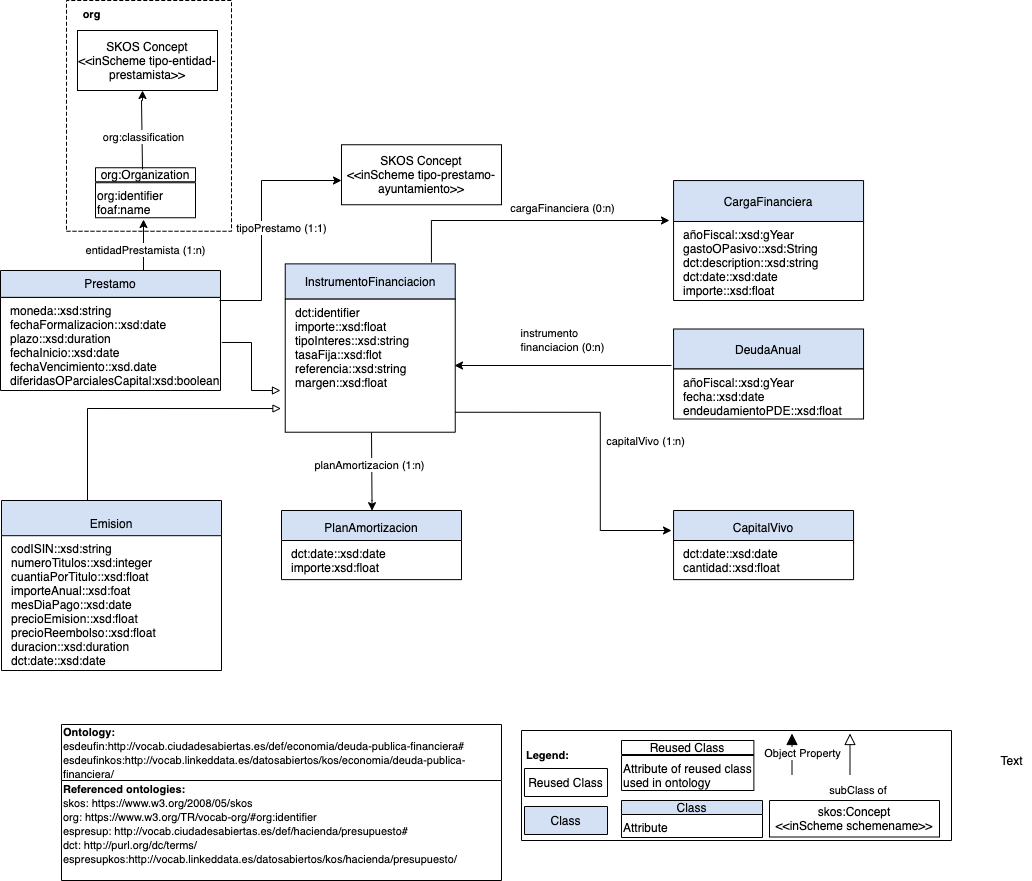
Earlier version of the draw.io export OnToology/ontology/deudaPublicaFinanciera.owl/documentation/resources/images/modeloConceptual.png (leticiarubalcabadg/vocab-economia-deuda-financiera). Source tidied: cells renumbered, new cells last; positions are measured from the earlier drawing's top-left corner, leaving out a move shared by most shapes.
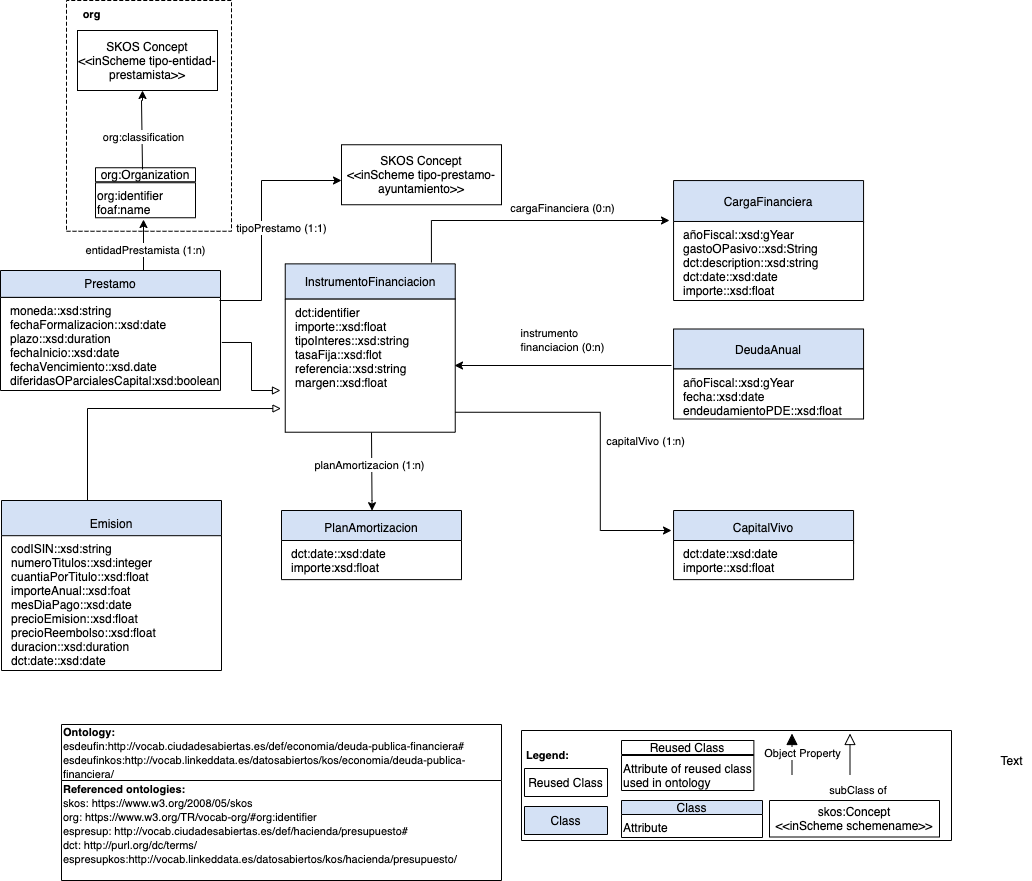
The same file after the commit.

The edit, as a diff of the source:
```diff
@@ -209,7 +209,7 @@
     <mxCell id="51" value="&lt;font style=&quot;font-size: 12px ; color: rgb(0 , 0 , 0) ; direction: ltr ; letter-spacing: 0px ; line-height: 120% ; opacity: 1&quot;&gt;CapitalVivo&lt;br&gt;&lt;/font&gt;" style="verticalAlign=middle;align=center;vsdxID=334;fillColor=#D4E1F5;gradientColor=none;shape=(stored shape, 160 characters);labelBackgroundColor=none;rounded=0;html=1;whiteSpace=wrap;" parent="50" vertex="1">
       <mxGeometry width="180" height="33.1" as="geometry" />
     </mxCell>
-    <mxCell id="52" value="&lt;p style=&quot;margin: 0px 0px 0px 8px&quot;&gt;dct:date::xsd:date&lt;/p&gt;&lt;p style=&quot;margin: 0px 0px 0px 8px&quot;&gt;cantidad::xsd:float&lt;/p&gt;&lt;p style=&quot;margin: 0px 0px 0px 8px&quot;&gt;&lt;br&gt;&lt;/p&gt;&lt;p style=&quot;margin: 0px 0px 0px 8px&quot;&gt;&lt;br&gt;&lt;/p&gt;&lt;p style=&quot;margin: 0px 0px 0px 8px&quot;&gt;&lt;br&gt;&lt;/p&gt;" style="verticalAlign=top;align=left;vsdxID=335;fillColor=#FFFFFF;gradientColor=none;shape=(stored shape, 160 characters);labelBackgroundColor=none;rounded=0;html=1;whiteSpace=wrap;" parent="50" vertex="1">
+    <mxCell id="52" value="&lt;p style=&quot;margin: 0px 0px 0px 8px&quot;&gt;dct:date::xsd:date&lt;/p&gt;&lt;p style=&quot;margin: 0px 0px 0px 8px&quot;&gt;importe::xsd:float&lt;/p&gt;&lt;p style=&quot;margin: 0px 0px 0px 8px&quot;&gt;&lt;br&gt;&lt;/p&gt;&lt;p style=&quot;margin: 0px 0px 0px 8px&quot;&gt;&lt;br&gt;&lt;/p&gt;&lt;p style=&quot;margin: 0px 0px 0px 8px&quot;&gt;&lt;br&gt;&lt;/p&gt;" style="verticalAlign=top;align=left;vsdxID=335;fillColor=#FFFFFF;gradientColor=none;shape=(stored shape, 160 characters);labelBackgroundColor=none;rounded=0;html=1;whiteSpace=wrap;" parent="50" vertex="1">
       <mxGeometry y="30" width="180" height="39.1" as="geometry" />
     </mxCell>
     <mxCell id="53" style="group;" parent="1" vertex="1">
```
